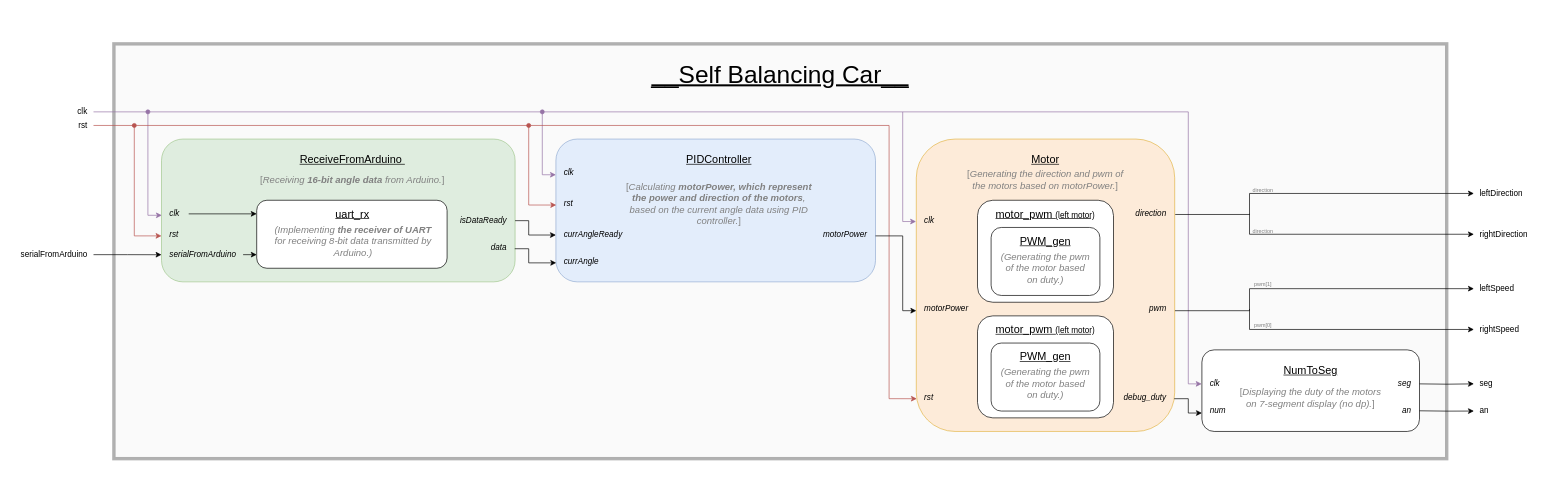
The draw.io diagram final/img/final.drawio in tangerine1202/EECS207001-Logic-Design-Lab, before the edit. Source tidied: cells renumbered, new cells numbered last; positions are measured from the earlier drawing's top-left corner, leaving out a move shared by most shapes. Both pictures are drawn from the tidied source at 68%, with x=0, y=0 at pixel (12, 16).
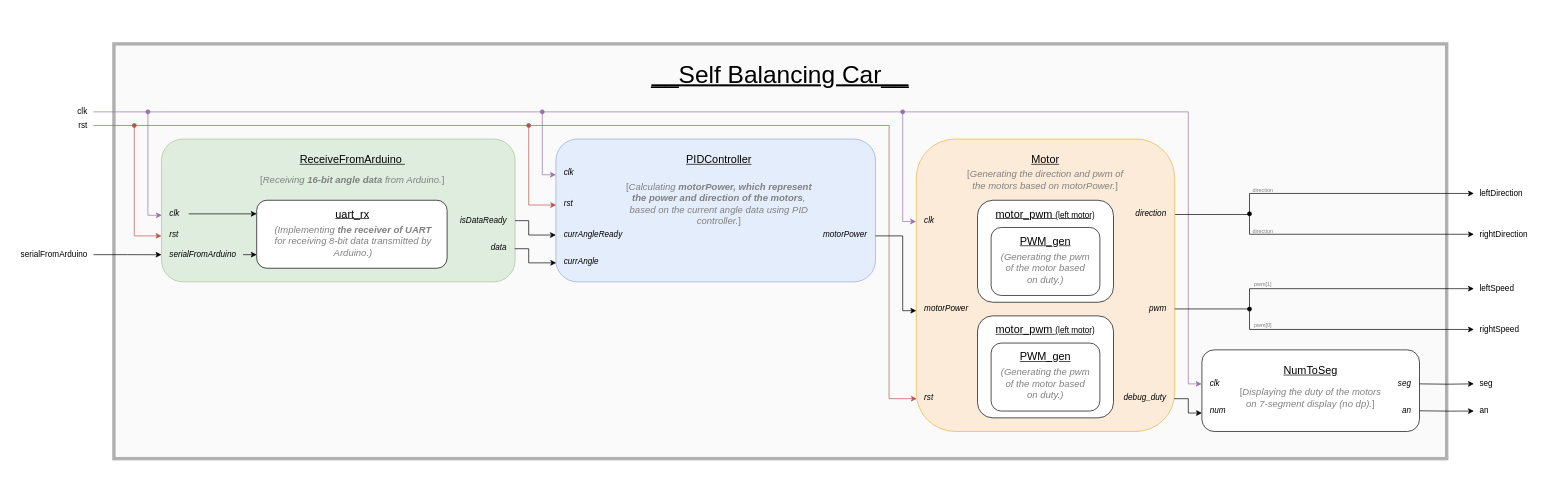
The same diagram, later.

The change refers to these unchanged cells:
```xml
<mxCell id="5" style="rounded=1;whiteSpace=wrap;html=1;fillColor=#ffe6cc;strokeColor=#d79b00;opacity=70;" parent="1" vertex="1">
  <mxGeometry x="1330" y="180" width="380" height="430" as="geometry" />
</mxCell>
<mxCell id="6" style="rounded=1;whiteSpace=wrap;html=1;" parent="1" vertex="1">
  <mxGeometry x="1750" y="490" width="320" height="120" as="geometry" />
</mxCell>
<mxCell id="71" value="&amp;nbsp; rightDirection" style="text;html=1;strokeColor=none;fillColor=none;align=left;verticalAlign=middle;whiteSpace=wrap;rounded=0;shadow=0;labelBackgroundColor=none;fontSize=12;" parent="1" vertex="1">
  <mxGeometry x="2150" y="310" width="90" height="20" as="geometry" />
</mxCell>
<mxCell id="76" value="&amp;nbsp; rightSpeed" style="text;html=1;strokeColor=none;fillColor=none;align=left;verticalAlign=middle;whiteSpace=wrap;rounded=0;shadow=0;labelBackgroundColor=none;fontSize=12;" parent="1" vertex="1">
  <mxGeometry x="2150" y="450" width="80" height="20" as="geometry" />
</mxCell>
<mxCell id="77" value="&amp;nbsp; leftSpeed" style="text;html=1;strokeColor=none;fillColor=none;align=left;verticalAlign=middle;whiteSpace=wrap;rounded=0;shadow=0;labelBackgroundColor=none;fontSize=12;" parent="1" vertex="1">
  <mxGeometry x="2150" y="390" width="80" height="20" as="geometry" />
</mxCell>
```

What changed in the source:
```diff
@@
-    <mxCell id="66" style="endArrow=classic;html=1;fontSize=12;rounded=0;edgeStyle=orthogonalEdgeStyle;entryX=-0.001;entryY=0.417;entryDx=0;entryDy=0;entryPerimeter=0;fillColor=#e1d5e7;strokeColor=#9673a6;" parent="1" edge="1" target="6">
+    <mxCell id="66" style="endArrow=classic;html=1;fontSize=12;rounded=0;edgeStyle=orthogonalEdgeStyle;entryX=-0.001;entryY=0.417;entryDx=0;entryDy=0;entryPerimeter=0;fillColor=#e1d5e7;strokeColor=#9673a6;startArrow=oval;startFill=1;" parent="1" edge="1" target="6">
       <mxGeometry relative="1" as="geometry">
         <mxPoint x="1310" y="140" as="sourcePoint" />
         <Array as="points">
           <mxPoint x="1730" y="140" />
           <mxPoint x="1730" y="540" />
         </Array>
       </mxGeometry>
     </mxCell>
@@
-    <mxCell id="69" style="endArrow=classic;html=1;fontSize=12;rounded=0;edgeStyle=orthogonalEdgeStyle;entryX=0;entryY=0.5;entryDx=0;entryDy=0;" parent="1" edge="1" target="71">
+    <mxCell id="69" style="endArrow=classic;html=1;fontSize=12;rounded=0;edgeStyle=orthogonalEdgeStyle;entryX=0;entryY=0.5;entryDx=0;entryDy=0;startArrow=oval;startFill=1;" parent="1" edge="1" target="71">
       <mxGeometry relative="1" as="geometry">
         <mxPoint x="1820" y="290" as="sourcePoint" />
         <Array as="points">
           <mxPoint x="1820" y="290" />
           <mxPoint x="1820" y="320" />
         </Array>
       </mxGeometry>
     </mxCell>
@@
-    <mxCell id="72" style="endArrow=classic;html=1;fontSize=12;rounded=0;edgeStyle=orthogonalEdgeStyle;exitX=1.001;exitY=0.587;exitDx=0;exitDy=0;exitPerimeter=0;entryX=0;entryY=0.5;entryDx=0;entryDy=0;" parent="1" edge="1" source="5" target="77">
+    <mxCell id="72" style="endArrow=classic;html=1;fontSize=12;rounded=0;edgeStyle=orthogonalEdgeStyle;exitX=1;exitY=0.581;exitDx=0;exitDy=0;exitPerimeter=0;entryX=0;entryY=0.5;entryDx=0;entryDy=0;" parent="1" edge="1" source="5" target="77">
       <mxGeometry relative="1" as="geometry">
         <Array as="points">
-          <mxPoint x="1820" y="432" />
+          <mxPoint x="1820" y="430" />
           <mxPoint x="1820" y="400" />
         </Array>
       </mxGeometry>
     </mxCell>
-    <mxCell id="73" style="endArrow=classic;html=1;fontSize=12;rounded=0;edgeStyle=orthogonalEdgeStyle;entryX=0;entryY=0.5;entryDx=0;entryDy=0;" parent="1" edge="1" target="76">
+    <mxCell id="73" style="endArrow=classic;html=1;fontSize=12;rounded=0;edgeStyle=orthogonalEdgeStyle;entryX=0;entryY=0.5;entryDx=0;entryDy=0;startArrow=oval;startFill=1;" parent="1" edge="1" target="76">
       <mxGeometry relative="1" as="geometry">
         <mxPoint x="1820" y="430" as="sourcePoint" />
         <Array as="points">
           <mxPoint x="1820" y="460" />
         </Array>
       </mxGeometry>
     </mxCell>
```
